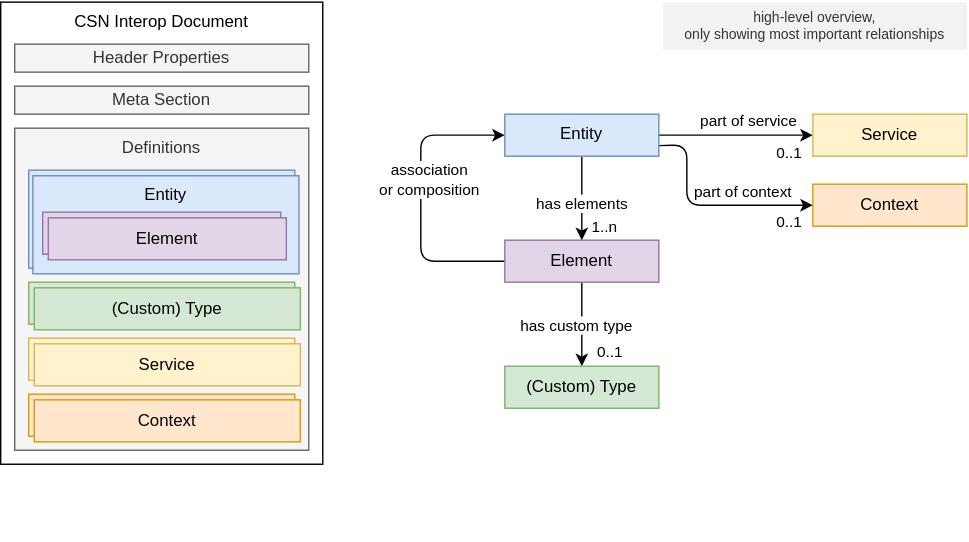
The draw.io diagram static/img/high-level-model.drawio.svg in SAP/csn-interop-specification, before a commit. Source tidied: cells renumbered, new cells last; positions are measured from the earlier drawing's top-left corner, leaving out a move shared by most shapes. Its diagram source:
```xml
<mxGraphModel>
  <root>
    <mxCell id="0" />
    <mxCell id="1" parent="0" />
    <mxCell id="2" value="CSN Interop Document" style="rounded=0;whiteSpace=wrap;html=1;verticalAlign=top;" parent="1" vertex="1">
      <mxGeometry width="230" height="330" as="geometry" />
    </mxCell>
    <mxCell id="3" value="Definitions" style="rounded=0;whiteSpace=wrap;html=1;verticalAlign=top;fillColor=#f5f5f5;strokeColor=#666666;align=center;fontColor=#333333;" parent="1" vertex="1">
      <mxGeometry x="10" y="90" width="210" height="230" as="geometry" />
    </mxCell>
    <mxCell id="4" value="Header Properties" style="rounded=0;whiteSpace=wrap;html=1;verticalAlign=middle;fillColor=#f5f5f5;strokeColor=#666666;fontColor=#333333;align=center;" parent="1" vertex="1">
      <mxGeometry x="10" y="30" width="210" height="20" as="geometry" />
    </mxCell>
    <mxCell id="5" value="Meta Section" style="rounded=0;whiteSpace=wrap;html=1;verticalAlign=middle;fillColor=#f5f5f5;strokeColor=#666666;fontColor=#333333;align=center;" parent="1" vertex="1">
      <mxGeometry x="10" y="60" width="210" height="20" as="geometry" />
    </mxCell>
    <mxCell id="6" value="Entity" style="rounded=0;whiteSpace=wrap;html=1;verticalAlign=top;fillColor=#dae8fc;strokeColor=#6c8ebf;align=center;" parent="1" vertex="1">
      <mxGeometry x="20" y="120" width="190" height="70" as="geometry" />
    </mxCell>
    <mxCell id="7" value="Entity" style="rounded=0;whiteSpace=wrap;html=1;verticalAlign=top;fillColor=#dae8fc;strokeColor=#6c8ebf;align=center;" parent="1" vertex="1">
      <mxGeometry x="23" y="124" width="190" height="70" as="geometry" />
    </mxCell>
    <mxCell id="8" value="Best viewed with the &lt;a href=&quot;https://github.com/ariel-bentu/tam-drawio&quot;&gt;TAM plugin&lt;/a&gt;" style="text;html=1;shape=tamPluginMissing;" parent="1" vertex="1">
      <mxGeometry x="245" y="360" width="200" height="25" as="geometry" />
    </mxCell>
    <mxCell id="9" value="(Custom) Types" style="rounded=0;whiteSpace=wrap;html=1;verticalAlign=middle;fillColor=#d5e8d4;strokeColor=#82b366;align=center;" parent="1" vertex="1">
      <mxGeometry x="20" y="200" width="190" height="30" as="geometry" />
    </mxCell>
    <mxCell id="10" value="Services" style="rounded=0;whiteSpace=wrap;html=1;verticalAlign=middle;fillColor=#fff2cc;strokeColor=#d6b656;align=center;" parent="1" vertex="1">
      <mxGeometry x="20" y="240" width="190" height="30" as="geometry" />
    </mxCell>
    <mxCell id="11" value="Contexts" style="rounded=0;whiteSpace=wrap;html=1;verticalAlign=middle;fillColor=#ffe6cc;strokeColor=#d79b00;align=center;" parent="1" vertex="1">
      <mxGeometry x="20" y="280" width="190" height="30" as="geometry" />
    </mxCell>
    <mxCell id="12" style="edgeStyle=none;html=1;" parent="1" edge="1" source="17" target="29">
      <mxGeometry relative="1" as="geometry" />
    </mxCell>
    <mxCell id="13" value="has custom type" style="edgeLabel;html=1;align=center;verticalAlign=middle;" parent="12" vertex="1">
      <mxGeometry x="0.37" y="4" relative="1" as="geometry">
        <mxPoint x="-9" y="-11" as="offset" />
      </mxGeometry>
    </mxCell>
    <mxCell id="14" value="0..1" style="edgeLabel;html=1;align=center;verticalAlign=middle;" parent="12" vertex="1">
      <mxGeometry x="0.31" y="1" relative="1" as="geometry">
        <mxPoint x="18" y="11" as="offset" />
      </mxGeometry>
    </mxCell>
    <mxCell id="15" style="edgeStyle=none;html=1;entryX=0;entryY=0.5;entryDx=0;entryDy=0;" parent="1" edge="1" source="17" target="27">
      <mxGeometry relative="1" as="geometry">
        <Array as="points">
          <mxPoint x="300" y="185" />
          <mxPoint x="300" y="95" />
        </Array>
      </mxGeometry>
    </mxCell>
    <mxCell id="16" value="association &lt;br&gt;or composition" style="edgeLabel;html=1;align=center;verticalAlign=middle;" parent="15" vertex="1">
      <mxGeometry x="0.48" y="-3" relative="1" as="geometry">
        <mxPoint y="28" as="offset" />
      </mxGeometry>
    </mxCell>
    <mxCell id="17" value="Element" style="rounded=0;whiteSpace=wrap;html=1;verticalAlign=middle;fillColor=#e1d5e7;strokeColor=#9673a6;align=center;" parent="1" vertex="1">
      <mxGeometry x="360" y="170" width="110" height="30" as="geometry" />
    </mxCell>
    <mxCell id="18" style="edgeStyle=none;html=1;" parent="1" edge="1" source="27" target="17">
      <mxGeometry relative="1" as="geometry" />
    </mxCell>
    <mxCell id="19" value="has elements" style="edgeLabel;html=1;align=center;verticalAlign=middle;" parent="18" vertex="1">
      <mxGeometry x="-0.45" y="2" relative="1" as="geometry">
        <mxPoint x="-3" y="17" as="offset" />
      </mxGeometry>
    </mxCell>
    <mxCell id="20" value="1..n" style="edgeLabel;html=1;align=center;verticalAlign=middle;" parent="18" vertex="1">
      <mxGeometry x="0.47" y="2" relative="1" as="geometry">
        <mxPoint x="13" y="6" as="offset" />
      </mxGeometry>
    </mxCell>
    <mxCell id="21" style="edgeStyle=none;html=1;" parent="1" edge="1" source="27" target="30">
      <mxGeometry relative="1" as="geometry" />
    </mxCell>
    <mxCell id="22" value="part of service" style="edgeLabel;html=1;align=center;verticalAlign=middle;" parent="21" vertex="1">
      <mxGeometry x="-0.44" y="-1" relative="1" as="geometry">
        <mxPoint x="33" y="-12" as="offset" />
      </mxGeometry>
    </mxCell>
    <mxCell id="23" value="0..1" style="edgeLabel;html=1;align=center;verticalAlign=middle;" parent="21" vertex="1">
      <mxGeometry x="0.51" y="-1" relative="1" as="geometry">
        <mxPoint x="9" y="11" as="offset" />
      </mxGeometry>
    </mxCell>
    <mxCell id="24" style="edgeStyle=none;html=1;entryX=0;entryY=0.5;entryDx=0;entryDy=0;exitX=1;exitY=0.75;exitDx=0;exitDy=0;" parent="1" edge="1" source="27" target="31">
      <mxGeometry relative="1" as="geometry">
        <Array as="points">
          <mxPoint x="490" y="102" />
          <mxPoint x="490" y="145" />
        </Array>
      </mxGeometry>
    </mxCell>
    <mxCell id="25" value="part of context" style="edgeLabel;html=1;align=center;verticalAlign=middle;" parent="24" vertex="1">
      <mxGeometry x="0.28" y="1" relative="1" as="geometry">
        <mxPoint x="5" y="-9" as="offset" />
      </mxGeometry>
    </mxCell>
    <mxCell id="26" value="0..1" style="edgeLabel;html=1;align=center;verticalAlign=middle;" parent="24" vertex="1">
      <mxGeometry x="0.64" y="-1" relative="1" as="geometry">
        <mxPoint x="10" y="10" as="offset" />
      </mxGeometry>
    </mxCell>
    <mxCell id="27" value="Entity" style="rounded=0;whiteSpace=wrap;html=1;verticalAlign=top;fillColor=#dae8fc;strokeColor=#6c8ebf;align=center;" parent="1" vertex="1">
      <mxGeometry x="360" y="80" width="110" height="30" as="geometry" />
    </mxCell>
    <mxCell id="28" value="Element" style="rounded=0;whiteSpace=wrap;html=1;verticalAlign=middle;fillColor=#e1d5e7;strokeColor=#9673a6;align=center;" parent="1" vertex="1">
      <mxGeometry x="30" y="150" width="170" height="30" as="geometry" />
    </mxCell>
    <mxCell id="29" value="(Custom) Type" style="rounded=0;whiteSpace=wrap;html=1;verticalAlign=middle;fillColor=#d5e8d4;strokeColor=#82b366;align=center;" parent="1" vertex="1">
      <mxGeometry x="360" y="260" width="110" height="30" as="geometry" />
    </mxCell>
    <mxCell id="30" value="Service" style="rounded=0;whiteSpace=wrap;html=1;verticalAlign=middle;fillColor=#fff2cc;strokeColor=#d6b656;align=center;" parent="1" vertex="1">
      <mxGeometry x="580" y="80" width="110" height="30" as="geometry" />
    </mxCell>
    <mxCell id="31" value="Context" style="rounded=0;whiteSpace=wrap;html=1;verticalAlign=middle;fillColor=#ffe6cc;strokeColor=#d79b00;align=center;" parent="1" vertex="1">
      <mxGeometry x="580" y="130" width="110" height="30" as="geometry" />
    </mxCell>
    <mxCell id="32" value="(Custom) Type" style="rounded=0;whiteSpace=wrap;html=1;verticalAlign=middle;fillColor=#d5e8d4;strokeColor=#82b366;align=center;" parent="1" vertex="1">
      <mxGeometry x="24" y="204" width="190" height="30" as="geometry" />
    </mxCell>
    <mxCell id="33" value="Element" style="rounded=0;whiteSpace=wrap;html=1;verticalAlign=middle;fillColor=#e1d5e7;strokeColor=#9673a6;align=center;" parent="1" vertex="1">
      <mxGeometry x="34" y="154" width="170" height="30" as="geometry" />
    </mxCell>
    <mxCell id="34" value="Service" style="rounded=0;whiteSpace=wrap;html=1;verticalAlign=middle;fillColor=#fff2cc;strokeColor=#d6b656;align=center;" parent="1" vertex="1">
      <mxGeometry x="24" y="244" width="190" height="30" as="geometry" />
    </mxCell>
    <mxCell id="35" value="Context" style="rounded=0;whiteSpace=wrap;html=1;verticalAlign=middle;fillColor=#ffe6cc;strokeColor=#d79b00;align=center;" parent="1" vertex="1">
      <mxGeometry x="24" y="284" width="190" height="30" as="geometry" />
    </mxCell>
    <mxCell id="36" value="high-level overview, &#10;only showing most important relationships" style="shape=agent;offsetSize=8;strokeWidth=2;fillColor=#F2F2F2;fontColor=#333333;strokeColor=none;fontSize=10;" parent="1" vertex="1">
      <mxGeometry x="473" width="217" height="34" as="geometry" />
    </mxCell>
  </root>
</mxGraphModel>
```
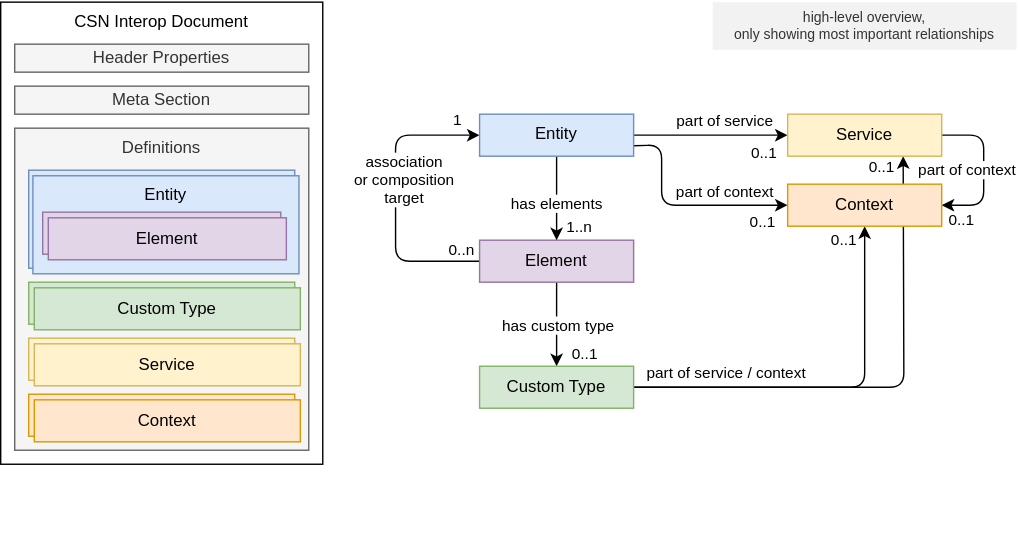
After the change.

What changed in the source:
```diff
@@ -21,7 +21,7 @@
       <mxGeometry x="23" y="124" width="190" height="70" as="geometry" />
     </mxCell>
     <mxCell id="8" value="Best viewed with the &lt;a href=&quot;https://github.com/ariel-bentu/tam-drawio&quot;&gt;TAM plugin&lt;/a&gt;" style="text;html=1;shape=tamPluginMissing;" parent="1" vertex="1">
-      <mxGeometry x="245" y="360" width="200" height="25" as="geometry" />
+      <mxGeometry x="262.8" y="360" width="200" height="25" as="geometry" />
     </mxCell>
     <mxCell id="9" value="(Custom) Types" style="rounded=0;whiteSpace=wrap;html=1;verticalAlign=middle;fillColor=#d5e8d4;strokeColor=#82b366;align=center;" parent="1" vertex="1">
       <mxGeometry x="20" y="200" width="190" height="30" as="geometry" />
@@ -37,7 +37,7 @@
     </mxCell>
     <mxCell id="13" value="has custom type" style="edgeLabel;html=1;align=center;verticalAlign=middle;" parent="12" vertex="1">
       <mxGeometry x="0.37" y="4" relative="1" as="geometry">
-        <mxPoint x="-9" y="-11" as="offset" />
+        <mxPoint x="-4" y="-11" as="offset" />
       </mxGeometry>
     </mxCell>
     <mxCell id="14" value="0..1" style="edgeLabel;html=1;align=center;verticalAlign=middle;" parent="12" vertex="1">
@@ -48,18 +48,28 @@
     <mxCell id="15" style="edgeStyle=none;html=1;entryX=0;entryY=0.5;entryDx=0;entryDy=0;" parent="1" edge="1" source="17" target="27">
       <mxGeometry relative="1" as="geometry">
         <Array as="points">
-          <mxPoint x="300" y="185" />
-          <mxPoint x="300" y="95" />
+          <mxPoint x="282" y="185" />
+          <mxPoint x="282" y="95" />
         </Array>
       </mxGeometry>
     </mxCell>
-    <mxCell id="16" value="association &lt;br&gt;or composition" style="edgeLabel;html=1;align=center;verticalAlign=middle;" parent="15" vertex="1">
+    <mxCell id="16" value="association &lt;br&gt;or composition&lt;br&gt;target" style="edgeLabel;html=1;align=center;verticalAlign=middle;" parent="15" vertex="1">
       <mxGeometry x="0.48" y="-3" relative="1" as="geometry">
         <mxPoint y="28" as="offset" />
       </mxGeometry>
     </mxCell>
+    <mxCell id="37" value="1" style="edgeLabel;html=1;align=center;verticalAlign=middle;" parent="15" vertex="1">
+      <mxGeometry x="0.81" relative="1" as="geometry">
+        <mxPoint x="3" y="-12" as="offset" />
+      </mxGeometry>
+    </mxCell>
+    <mxCell id="38" value="0..n" style="edgeLabel;html=1;align=center;verticalAlign=middle;" parent="15" vertex="1">
+      <mxGeometry x="-0.85" y="1" relative="1" as="geometry">
+        <mxPoint x="2" y="-10" as="offset" />
+      </mxGeometry>
+    </mxCell>
     <mxCell id="17" value="Element" style="rounded=0;whiteSpace=wrap;html=1;verticalAlign=middle;fillColor=#e1d5e7;strokeColor=#9673a6;align=center;" parent="1" vertex="1">
-      <mxGeometry x="360" y="170" width="110" height="30" as="geometry" />
+      <mxGeometry x="342" y="170" width="110" height="30" as="geometry" />
     </mxCell>
     <mxCell id="18" style="edgeStyle=none;html=1;" parent="1" edge="1" source="27" target="17">
       <mxGeometry relative="1" as="geometry" />
@@ -90,14 +100,14 @@
     <mxCell id="24" style="edgeStyle=none;html=1;entryX=0;entryY=0.5;entryDx=0;entryDy=0;exitX=1;exitY=0.75;exitDx=0;exitDy=0;" parent="1" edge="1" source="27" target="31">
       <mxGeometry relative="1" as="geometry">
         <Array as="points">
-          <mxPoint x="490" y="102" />
-          <mxPoint x="490" y="145" />
+          <mxPoint x="472" y="102" />
+          <mxPoint x="472" y="145" />
         </Array>
       </mxGeometry>
     </mxCell>
     <mxCell id="25" value="part of context" style="edgeLabel;html=1;align=center;verticalAlign=middle;" parent="24" vertex="1">
       <mxGeometry x="0.28" y="1" relative="1" as="geometry">
-        <mxPoint x="5" y="-9" as="offset" />
+        <mxPoint x="10" y="-9" as="offset" />
       </mxGeometry>
     </mxCell>
     <mxCell id="26" value="0..1" style="edgeLabel;html=1;align=center;verticalAlign=middle;" parent="24" vertex="1">
@@ -106,21 +116,68 @@
       </mxGeometry>
     </mxCell>
     <mxCell id="27" value="Entity" style="rounded=0;whiteSpace=wrap;html=1;verticalAlign=top;fillColor=#dae8fc;strokeColor=#6c8ebf;align=center;" parent="1" vertex="1">
-      <mxGeometry x="360" y="80" width="110" height="30" as="geometry" />
+      <mxGeometry x="342" y="80" width="110" height="30" as="geometry" />
     </mxCell>
     <mxCell id="28" value="Element" style="rounded=0;whiteSpace=wrap;html=1;verticalAlign=middle;fillColor=#e1d5e7;strokeColor=#9673a6;align=center;" parent="1" vertex="1">
       <mxGeometry x="30" y="150" width="170" height="30" as="geometry" />
     </mxCell>
+    <mxCell id="39" style="edgeStyle=none;html=1;entryX=0.5;entryY=1;entryDx=0;entryDy=0;" parent="1" edge="1" source="29" target="31">
+      <mxGeometry relative="1" as="geometry">
+        <Array as="points">
+          <mxPoint x="617" y="275" />
+        </Array>
+      </mxGeometry>
+    </mxCell>
+    <mxCell id="40" style="edgeStyle=none;html=1;entryX=0.75;entryY=1;entryDx=0;entryDy=0;" parent="1" edge="1" source="29" target="30">
+      <mxGeometry relative="1" as="geometry">
+        <Array as="points">
+          <mxPoint x="645" y="275" />
+        </Array>
+      </mxGeometry>
+    </mxCell>
+    <mxCell id="41" value="part of service / context" style="edgeLabel;html=1;align=center;verticalAlign=middle;" parent="40" vertex="1">
+      <mxGeometry x="-0.8" y="5" relative="1" as="geometry">
+        <mxPoint x="30" y="-6" as="offset" />
+      </mxGeometry>
+    </mxCell>
+    <mxCell id="42" value="0..1" style="edgeLabel;html=1;align=center;verticalAlign=middle;" parent="40" vertex="1">
+      <mxGeometry x="0.66" relative="1" as="geometry">
+        <mxPoint x="-43" y="-2" as="offset" />
+      </mxGeometry>
+    </mxCell>
+    <mxCell id="43" value="0..1" style="edgeLabel;html=1;align=center;verticalAlign=middle;" parent="40" vertex="1">
+      <mxGeometry x="0.93" y="2" relative="1" as="geometry">
+        <mxPoint x="-14" y="-6" as="offset" />
+      </mxGeometry>
+    </mxCell>
-    <mxCell id="29" value="(Custom) Type" style="rounded=0;whiteSpace=wrap;html=1;verticalAlign=middle;fillColor=#d5e8d4;strokeColor=#82b366;align=center;" parent="1" vertex="1">
-      <mxGeometry x="360" y="260" width="110" height="30" as="geometry" />
+    <mxCell id="29" value="Custom Type" style="rounded=0;whiteSpace=wrap;html=1;verticalAlign=middle;fillColor=#d5e8d4;strokeColor=#82b366;align=center;" parent="1" vertex="1">
+      <mxGeometry x="342" y="260" width="110" height="30" as="geometry" />
     </mxCell>
+    <mxCell id="44" style="edgeStyle=none;html=1;entryX=1;entryY=0.5;entryDx=0;entryDy=0;" parent="1" edge="1" source="30" target="31">
+      <mxGeometry relative="1" as="geometry">
+        <Array as="points">
+          <mxPoint x="702" y="95" />
+          <mxPoint x="702" y="145" />
+        </Array>
+      </mxGeometry>
+    </mxCell>
+    <mxCell id="45" value="part of context" style="edgeLabel;html=1;align=center;verticalAlign=middle;" parent="44" vertex="1">
+      <mxGeometry x="-0.28" y="1" relative="1" as="geometry">
+        <mxPoint x="-14" y="15" as="offset" />
+      </mxGeometry>
+    </mxCell>
+    <mxCell id="46" value="0..1" style="edgeLabel;html=1;align=center;verticalAlign=middle;" parent="44" vertex="1">
+      <mxGeometry x="0.27" y="-5" relative="1" as="geometry">
+        <mxPoint x="-12" y="20" as="offset" />
+      </mxGeometry>
+    </mxCell>
     <mxCell id="30" value="Service" style="rounded=0;whiteSpace=wrap;html=1;verticalAlign=middle;fillColor=#fff2cc;strokeColor=#d6b656;align=center;" parent="1" vertex="1">
-      <mxGeometry x="580" y="80" width="110" height="30" as="geometry" />
+      <mxGeometry x="562" y="80" width="110" height="30" as="geometry" />
     </mxCell>
     <mxCell id="31" value="Context" style="rounded=0;whiteSpace=wrap;html=1;verticalAlign=middle;fillColor=#ffe6cc;strokeColor=#d79b00;align=center;" parent="1" vertex="1">
-      <mxGeometry x="580" y="130" width="110" height="30" as="geometry" />
+      <mxGeometry x="562" y="130" width="110" height="30" as="geometry" />
     </mxCell>
-    <mxCell id="32" value="(Custom) Type" style="rounded=0;whiteSpace=wrap;html=1;verticalAlign=middle;fillColor=#d5e8d4;strokeColor=#82b366;align=center;" parent="1" vertex="1">
+    <mxCell id="32" value="Custom Type" style="rounded=0;whiteSpace=wrap;html=1;verticalAlign=middle;fillColor=#d5e8d4;strokeColor=#82b366;align=center;" parent="1" vertex="1">
       <mxGeometry x="24" y="204" width="190" height="30" as="geometry" />
     </mxCell>
     <mxCell id="33" value="Element" style="rounded=0;whiteSpace=wrap;html=1;verticalAlign=middle;fillColor=#e1d5e7;strokeColor=#9673a6;align=center;" parent="1" vertex="1">
@@ -133,7 +190,7 @@
       <mxGeometry x="24" y="284" width="190" height="30" as="geometry" />
     </mxCell>
     <mxCell id="36" value="high-level overview, &#10;only showing most important relationships" style="shape=agent;offsetSize=8;strokeWidth=2;fillColor=#F2F2F2;fontColor=#333333;strokeColor=none;fontSize=10;" parent="1" vertex="1">
-      <mxGeometry x="473" width="217" height="34" as="geometry" />
+      <mxGeometry x="508.5" width="217" height="34" as="geometry" />
     </mxCell>
   </root>
 </mxGraphModel>
```
